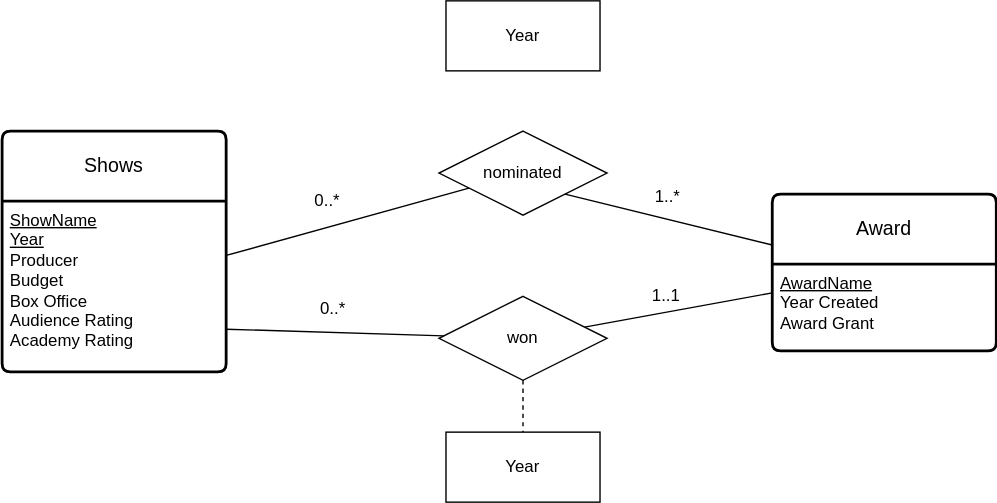
ivanearisty/obsidian keeps this draw.io diagram as Classes + Uni/PDS/Homeworks/Homework 1/Drawings/P1Sa.svg. Above is the earlier version. Source tidied: cells renumbered, new cells last; positions are measured from the earlier drawing's top-left corner, leaving out a move shared by most shapes. The source it was exported from:
```xml
<mxGraphModel>
  <root>
    <mxCell id="0" />
    <mxCell id="1" parent="0" />
    <mxCell id="2" value="Shows" style="swimlane;horizontal=1;startSize=50;rounded=1;fontSize=14;fontStyle=0;strokeWidth=2;shadow=0;dashed=0;align=center;arcSize=4;whiteSpace=wrap;html=1;" parent="1" vertex="1">
      <mxGeometry y="93" width="160" height="172" as="geometry" />
    </mxCell>
    <mxCell id="3" value="&lt;u&gt;ShowName&lt;/u&gt;&lt;br&gt;&lt;u&gt;Year&lt;/u&gt;&lt;br&gt;Producer&lt;div&gt;Budget&lt;/div&gt;&lt;div&gt;Box Office&lt;/div&gt;&lt;div&gt;Audience Rating&lt;/div&gt;&lt;div&gt;Academy Rating&lt;br&gt;&lt;div&gt;&lt;br&gt;&lt;/div&gt;&lt;/div&gt;" style="align=left;strokeColor=none;fillColor=none;spacingLeft=4;fontSize=12;verticalAlign=top;html=1;" parent="2" vertex="1">
      <mxGeometry y="50" width="160" height="122" as="geometry" />
    </mxCell>
    <mxCell id="4" value="1..1" style="edgeStyle=none;curved=1;rounded=0;jettySize=auto;html=1;fontSize=12;endArrow=none;endFill=0;" parent="1" edge="1" source="5" target="10">
      <mxGeometry x="0.1" y="-11" relative="1" as="geometry" />
    </mxCell>
    <mxCell id="5" value="Award" style="swimlane;horizontal=1;startSize=50;rounded=1;fontSize=14;fontStyle=0;strokeWidth=2;shadow=0;dashed=0;align=center;arcSize=4;whiteSpace=wrap;html=1;" parent="1" vertex="1">
      <mxGeometry x="550" y="138" width="160" height="112" as="geometry" />
    </mxCell>
    <mxCell id="6" value="&lt;u&gt;AwardName&lt;/u&gt;&lt;br&gt;&lt;div&gt;Year Created&lt;/div&gt;&lt;div&gt;Award Grant&lt;/div&gt;" style="align=left;strokeColor=none;fillColor=none;spacingLeft=4;fontSize=12;verticalAlign=top;html=1;" parent="5" vertex="1">
      <mxGeometry y="50" width="160" height="62" as="geometry" />
    </mxCell>
    <mxCell id="7" value="1..*" style="edgeStyle=none;curved=1;rounded=0;jettySize=auto;html=1;exitX=1;exitY=1;exitDx=0;exitDy=0;fontSize=12;endArrow=none;endFill=0;align=center;" parent="1" edge="1" source="8" target="5">
      <mxGeometry x="-0.06" y="15" relative="1" as="geometry" />
    </mxCell>
    <mxCell id="8" value="nominated" style="shape=rhombus;perimeter=rhombusPerimeter;whiteSpace=wrap;html=1;align=center;" parent="1" vertex="1">
      <mxGeometry x="312" y="93" width="120" height="60" as="geometry" />
    </mxCell>
    <mxCell id="9" style="edgeStyle=none;curved=1;rounded=0;jettySize=auto;html=1;exitX=0.5;exitY=1;exitDx=0;exitDy=0;fontSize=12;startSize=8;endSize=8;dashed=1;endArrow=none;endFill=0;" parent="1" edge="1" source="10" target="13">
      <mxGeometry relative="1" as="geometry" />
    </mxCell>
    <mxCell id="10" value="won" style="shape=rhombus;perimeter=rhombusPerimeter;whiteSpace=wrap;html=1;align=center;" parent="1" vertex="1">
      <mxGeometry x="312" y="211" width="120" height="60" as="geometry" />
    </mxCell>
    <mxCell id="11" value="0..*" style="edgeStyle=none;curved=1;rounded=0;jettySize=auto;html=1;fontSize=12;startSize=8;endSize=8;startArrow=none;startFill=0;endArrow=none;endFill=0;" parent="1" edge="1" source="3" target="8">
      <mxGeometry x="-0.11" y="18" relative="1" as="geometry" />
    </mxCell>
    <mxCell id="12" value="0..*" style="edgeStyle=none;curved=1;rounded=0;jettySize=auto;html=1;exitX=1;exitY=0.75;exitDx=0;exitDy=0;fontSize=12;startSize=8;endSize=8;endArrow=none;endFill=0;" parent="1" edge="1" source="3" target="10">
      <mxGeometry x="-0.03" y="17" relative="1" as="geometry" />
    </mxCell>
    <mxCell id="13" value="Year" style="html=1;whiteSpace=wrap;" parent="1" vertex="1">
      <mxGeometry x="317" y="308" width="110" height="50" as="geometry" />
    </mxCell>
    <mxCell id="14" value="Year" style="html=1;whiteSpace=wrap;" parent="1" vertex="1">
      <mxGeometry x="317" width="110" height="50" as="geometry" />
    </mxCell>
  </root>
</mxGraphModel>
```
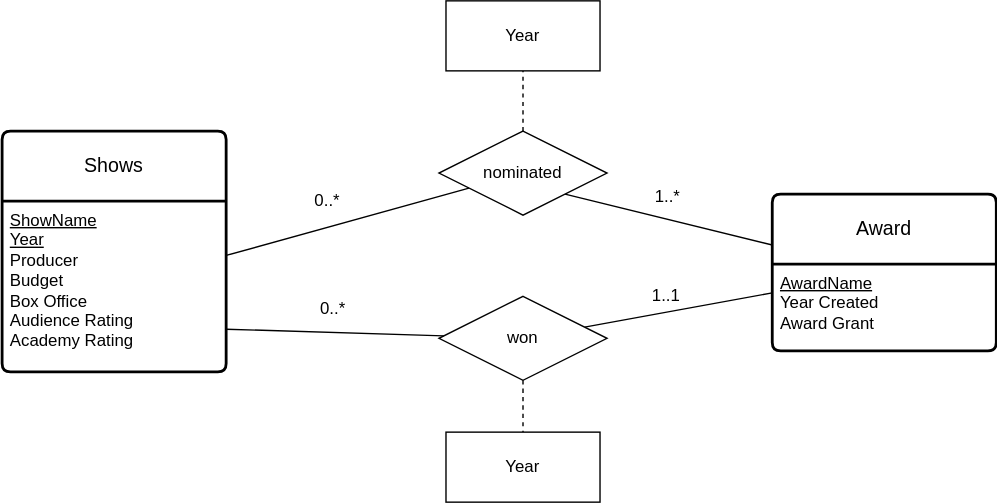
After the change.

The edit, as a diff of the source:
```diff
@@ -20,6 +20,9 @@
     <mxCell id="7" value="1..*" style="edgeStyle=none;curved=1;rounded=0;jettySize=auto;html=1;exitX=1;exitY=1;exitDx=0;exitDy=0;fontSize=12;endArrow=none;endFill=0;align=center;" parent="1" edge="1" source="8" target="5">
       <mxGeometry x="-0.06" y="15" relative="1" as="geometry" />
     </mxCell>
+    <mxCell id="15" style="edgeStyle=none;curved=1;rounded=0;jettySize=auto;html=1;fontSize=12;startSize=8;endSize=8;dashed=1;endArrow=none;endFill=0;" parent="1" edge="1" source="8" target="14">
+      <mxGeometry relative="1" as="geometry" />
+    </mxCell>
     <mxCell id="8" value="nominated" style="shape=rhombus;perimeter=rhombusPerimeter;whiteSpace=wrap;html=1;align=center;" parent="1" vertex="1">
       <mxGeometry x="312" y="93" width="120" height="60" as="geometry" />
     </mxCell>
```
